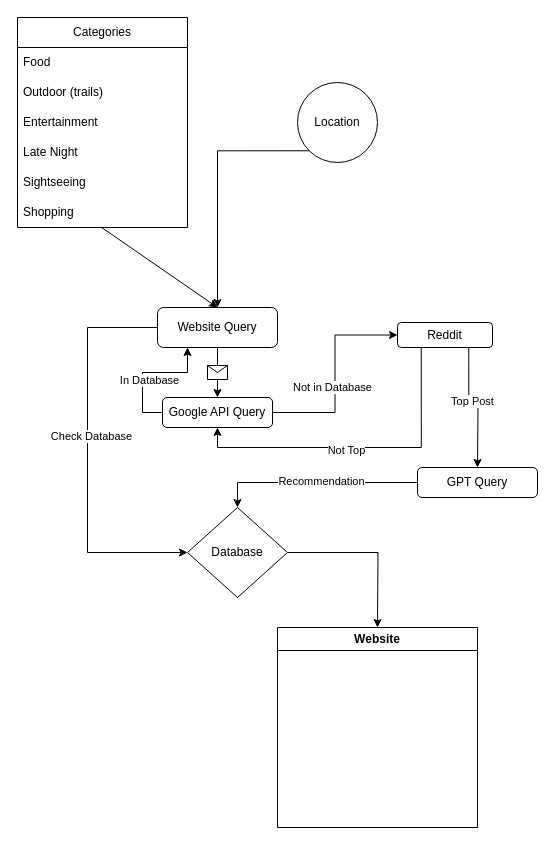
lzardy/RedditTravel-KnightHacks2023 keeps this draw.io diagram as Untitled Diagram.drawio. Above is the earlier version. Source tidied: cells renumbered, new cells numbered last; positions are measured from the earlier drawing's top-left corner, leaving out a move shared by most shapes. Both pictures are drawn from the tidied source at 100%, with x=0, y=0 at pixel (17, 17).
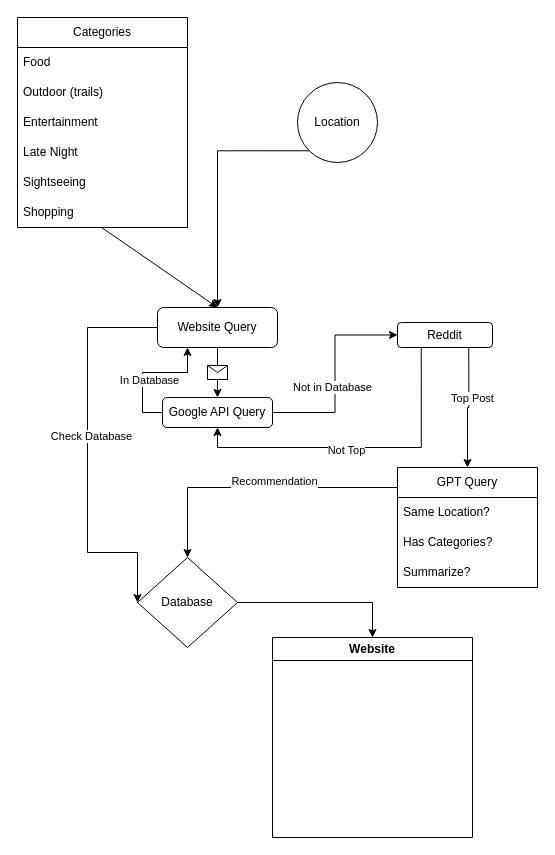
Above is the later version.

Unchanged cells that the change refers to:
```xml
<mxCell id="24" value="Reddit" style="rounded=1;whiteSpace=wrap;html=1;" parent="1" vertex="1">
  <mxGeometry x="380" y="305" width="95" height="25" as="geometry" />
</mxCell>
```

The edit, as a diff of the source:
```diff
@@
-    <mxCell id="20" style="edgeStyle=orthogonalEdgeStyle;rounded=0;jettySize=auto;html=1;exitX=0.75;exitY=1;exitDx=0;exitDy=0;" parent="1" edge="1" source="24">
-      <mxGeometry relative="1" as="geometry">
-        <mxPoint x="460" y="450" as="targetPoint" />
-      </mxGeometry>
-    </mxCell>
-    <mxCell id="21" value="Top Post" style="edgeLabel;html=1;align=center;verticalAlign=middle;" parent="20" vertex="1">
-      <mxGeometry x="-0.16" y="3" relative="1" as="geometry" />
-    </mxCell>
@@
-    <mxCell id="25" style="edgeStyle=orthogonalEdgeStyle;rounded=0;jettySize=auto;html=1;exitX=0;exitY=0.5;exitDx=0;exitDy=0;entryX=0.5;entryY=0;entryDx=0;entryDy=0;" parent="1" edge="1" source="27" target="29">
-      <mxGeometry relative="1" as="geometry">
-        <Array as="points">
-          <mxPoint x="220" y="465" />
-        </Array>
-      </mxGeometry>
-    </mxCell>
-    <mxCell id="26" value="&lt;div&gt;Recommendation&lt;/div&gt;" style="edgeLabel;html=1;align=center;verticalAlign=middle;" parent="25" vertex="1">
-      <mxGeometry x="-0.05" y="-2" relative="1" as="geometry" />
-    </mxCell>
-    <mxCell id="27" value="GPT Query" style="rounded=1;whiteSpace=wrap;html=1;" parent="1" vertex="1">
-      <mxGeometry x="400" y="450" width="120" height="30" as="geometry" />
-    </mxCell>
-    <mxCell id="28" style="edgeStyle=orthogonalEdgeStyle;rounded=0;jettySize=auto;html=1;exitX=1;exitY=0.5;exitDx=0;exitDy=0;" parent="1" edge="1" source="29">
-      <mxGeometry relative="1" as="geometry">
-        <mxPoint x="360" y="610" as="targetPoint" />
-      </mxGeometry>
+    <mxCell id="28" style="edgeStyle=orthogonalEdgeStyle;rounded=0;jettySize=auto;html=1;exitX=1;exitY=0.5;exitDx=0;exitDy=0;entryX=0.5;entryY=0;entryDx=0;entryDy=0;" parent="1" edge="1" source="29" target="32">
+      <mxGeometry relative="1" as="geometry" />
     </mxCell>
     <mxCell id="29" value="Database" style="rhombus;whiteSpace=wrap;html=1;" parent="1" vertex="1">
-      <mxGeometry x="170" y="490" width="100" height="90" as="geometry" />
+      <mxGeometry x="120" y="540" width="100" height="90" as="geometry" />
     </mxCell>
@@
     <mxCell id="32" value="Website" style="swimlane;whiteSpace=wrap;html=1;" parent="1" vertex="1">
-      <mxGeometry x="260" y="610" width="200" height="200" as="geometry" />
+      <mxGeometry x="255" y="620" width="200" height="200" as="geometry" />
     </mxCell>
+    <mxCell id="33" style="edgeStyle=orthogonalEdgeStyle;rounded=0;jettySize=auto;html=1;exitX=0.75;exitY=1;exitDx=0;exitDy=0;" parent="1" edge="1" source="24" target="27">
+      <mxGeometry relative="1" as="geometry" />
+    </mxCell>
+    <mxCell id="21" value="Top Post" style="edgeLabel;html=1;align=center;verticalAlign=middle;" parent="33" vertex="1">
+      <mxGeometry x="-0.16" y="3" relative="1" as="geometry" />
+    </mxCell>
+    <mxCell id="25" style="edgeStyle=orthogonalEdgeStyle;rounded=0;jettySize=auto;html=1;exitX=0;exitY=0;exitDx=0;exitDy=0;entryX=0.5;entryY=0;entryDx=0;entryDy=0;" parent="1" edge="1" source="27" target="29">
+      <mxGeometry relative="1" as="geometry">
+        <Array as="points">
+          <mxPoint x="380" y="470" />
+          <mxPoint x="170" y="470" />
+        </Array>
+      </mxGeometry>
+    </mxCell>
+    <mxCell id="26" value="Recommendation" style="edgeLabel;html=1;align=center;verticalAlign=middle;" parent="25" vertex="1">
+      <mxGeometry x="-0.04" y="-7" relative="1" as="geometry" />
+    </mxCell>
+    <mxCell id="27" value="GPT Query" style="swimlane;fontStyle=0;horizontal=1;startSize=30;whiteSpace=wrap;html=1;" parent="1" vertex="1">
+      <mxGeometry x="380" y="450" width="140" height="120" as="geometry" />
+    </mxCell>
+    <mxCell id="34" value="Same Location?" style="text;strokeColor=none;fillColor=none;align=left;verticalAlign=middle;spacingLeft=4;spacingRight=4;overflow=hidden;whiteSpace=wrap;html=1;" parent="27" vertex="1">
+      <mxGeometry y="30" width="140" height="30" as="geometry" />
+    </mxCell>
+    <mxCell id="35" value="Has Categories?" style="text;strokeColor=none;fillColor=none;align=left;verticalAlign=middle;spacingLeft=4;spacingRight=4;overflow=hidden;whiteSpace=wrap;html=1;" parent="27" vertex="1">
+      <mxGeometry y="60" width="140" height="30" as="geometry" />
+    </mxCell>
+    <mxCell id="36" value="Summarize?" style="text;strokeColor=none;fillColor=none;align=left;verticalAlign=middle;spacingLeft=4;spacingRight=4;overflow=hidden;whiteSpace=wrap;html=1;" parent="27" vertex="1">
+      <mxGeometry y="90" width="140" height="30" as="geometry" />
+    </mxCell>
```
